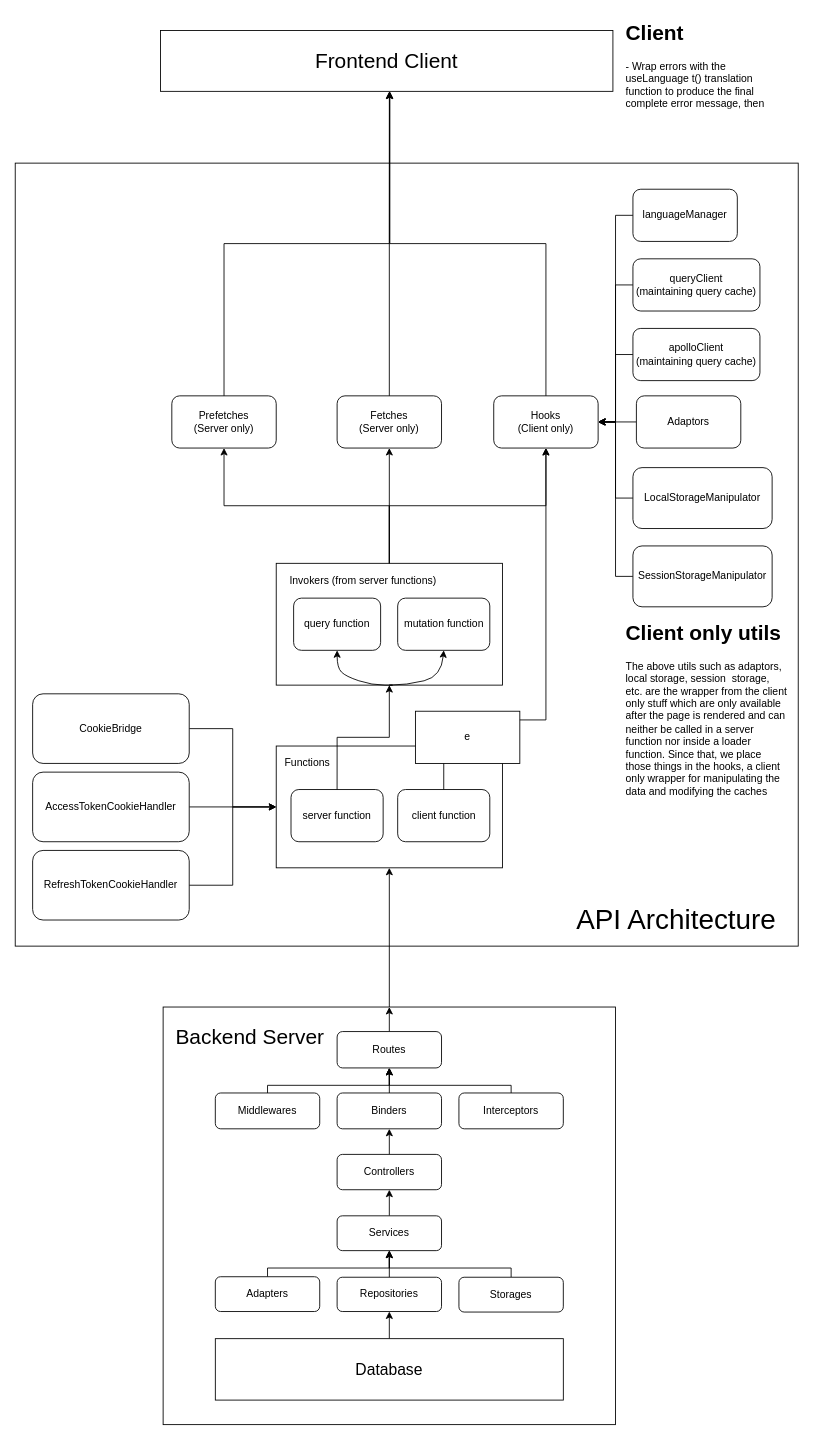
HiIamJeff67/notegic-frontend keeps this draw.io diagram as docs/designs/routes/api-architecture-design.drawio. Above is the earlier version. Source tidied: cells renumbered, new cells numbered last; positions are measured from the earlier drawing's top-left corner, leaving out a move shared by most shapes. Both pictures are drawn from the tidied source at 87%, with x=0, y=0 at pixel (15, 15).
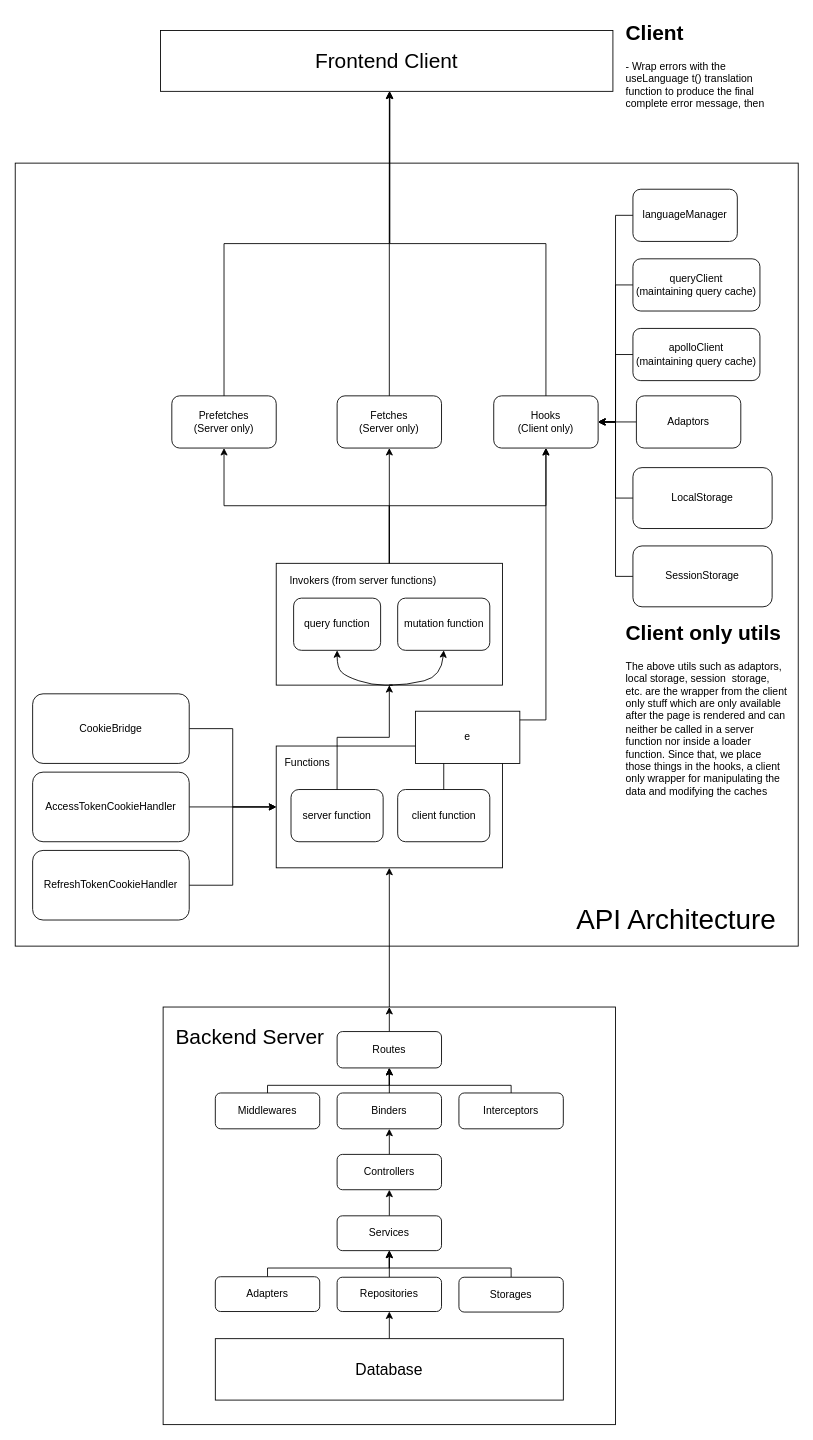
Above is the later version.

Change to the diagram source:
```diff
@@
-    <mxCell id="54" value="LocalStorageManipulator" style="rounded=1;whiteSpace=wrap;html=1;" parent="1" vertex="1">
+    <mxCell id="54" value="LocalStorage" style="rounded=1;whiteSpace=wrap;html=1;" parent="1" vertex="1">
       <mxGeometry x="710" y="520" width="160" height="70" as="geometry" />
     </mxCell>
@@
-    <mxCell id="56" value="SessionStorageManipulator" style="rounded=1;whiteSpace=wrap;html=1;" parent="1" vertex="1">
+    <mxCell id="56" value="SessionStorage" style="rounded=1;whiteSpace=wrap;html=1;" parent="1" vertex="1">
       <mxGeometry x="710" y="610" width="160" height="70" as="geometry" />
     </mxCell>
```
